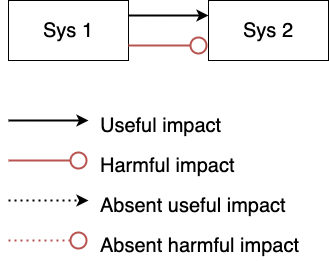
Earlier version of the draw.io export Neurotechnologies_and_TRIZ/IM_notation.png (max-talanov/1). Source tidied: cells renumbered, new cells last; positions are measured from the earlier drawing's top-left corner, leaving out a move shared by most shapes.
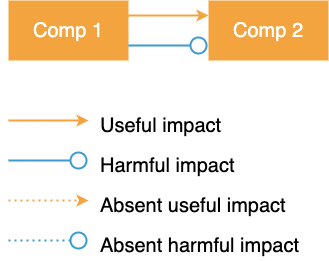
The same diagram one commit later.

Commit message:
TRIZ: corrected IM notation

What changed in the source:
```diff
@@ -2,16 +2,16 @@
   <root>
     <mxCell id="0" />
     <mxCell id="1" parent="0" />
-    <mxCell id="2" style="rounded=0;jettySize=auto;html=1;fontSize=20;exitX=1;exitY=0.25;exitDx=0;exitDy=0;entryX=0;entryY=0.25;entryDx=0;entryDy=0;strokeWidth=2;" parent="1" edge="1" source="3" target="4">
+    <mxCell id="2" style="rounded=0;jettySize=auto;html=1;fontSize=20;exitX=1;exitY=0.25;exitDx=0;exitDy=0;entryX=0;entryY=0.25;entryDx=0;entryDy=0;strokeWidth=2;strokeColor=#F3A43E;" parent="1" edge="1" source="3" target="4">
       <mxGeometry relative="1" as="geometry" />
     </mxCell>
-    <mxCell id="3" value="Sys 1" style="rounded=0;whiteSpace=wrap;html=1;fontSize=20;" parent="1" vertex="1">
+    <mxCell id="3" value="Comp 1" style="rounded=0;whiteSpace=wrap;html=1;fontSize=20;fillColor=#F3A43E;strokeColor=none;fontColor=#FFFFFF;" parent="1" vertex="1">
       <mxGeometry width="120" height="60" as="geometry" />
     </mxCell>
-    <mxCell id="4" value="Sys 2" style="rounded=0;whiteSpace=wrap;html=1;fontSize=20;" parent="1" vertex="1">
+    <mxCell id="4" value="Comp 2" style="rounded=0;whiteSpace=wrap;html=1;fontSize=20;fillColor=#F3A43E;strokeColor=none;fontColor=#FFFFFF;" parent="1" vertex="1">
       <mxGeometry x="200" width="120" height="60" as="geometry" />
     </mxCell>
-    <mxCell id="5" style="rounded=0;orthogonalLoop=1;jettySize=auto;html=1;fontSize=20;strokeWidth=2;" parent="1" edge="1">
+    <mxCell id="5" style="rounded=0;orthogonalLoop=1;jettySize=auto;html=1;fontSize=20;strokeWidth=2;strokeColor=#F3A43E;" parent="1" edge="1">
       <mxGeometry relative="1" as="geometry">
         <mxPoint y="120" as="sourcePoint" />
         <mxPoint x="80" y="120" as="targetPoint" />
@@ -20,7 +20,7 @@
     <mxCell id="6" value="Useful impact" style="text;html=1;strokeColor=none;fillColor=none;align=left;verticalAlign=middle;whiteSpace=wrap;rounded=0;fontSize=20;" parent="1" vertex="1">
       <mxGeometry x="90" y="110" width="130" height="30" as="geometry" />
     </mxCell>
-    <mxCell id="7" style="rounded=0;orthogonalLoop=1;jettySize=auto;html=1;fontSize=20;endArrow=circle;endFill=0;fillColor=#f8cecc;strokeColor=#b85450;strokeWidth=2;" parent="1" edge="1">
+    <mxCell id="7" style="rounded=0;orthogonalLoop=1;jettySize=auto;html=1;fontSize=20;endArrow=circle;endFill=0;fillColor=#f8cecc;strokeColor=#3E9ACF;strokeWidth=2;" parent="1" edge="1">
       <mxGeometry relative="1" as="geometry">
         <mxPoint y="160" as="sourcePoint" />
         <mxPoint x="80" y="160" as="targetPoint" />
@@ -29,10 +29,10 @@
     <mxCell id="8" value="Harmful impact" style="text;html=1;strokeColor=none;fillColor=none;align=left;verticalAlign=middle;whiteSpace=wrap;rounded=0;fontSize=20;" parent="1" vertex="1">
       <mxGeometry x="90" y="150" width="150" height="30" as="geometry" />
     </mxCell>
-    <mxCell id="9" style="rounded=0;jettySize=auto;html=1;fontSize=20;endArrow=circle;endFill=0;fillColor=#f8cecc;strokeColor=#b85450;strokeWidth=2;exitX=1;exitY=0.75;exitDx=0;exitDy=0;entryX=0;entryY=0.75;entryDx=0;entryDy=0;" parent="1" edge="1" source="3" target="4">
+    <mxCell id="9" style="rounded=0;jettySize=auto;html=1;fontSize=20;endArrow=circle;endFill=0;fillColor=#f8cecc;strokeColor=#3E9ACF;strokeWidth=2;exitX=1;exitY=0.75;exitDx=0;exitDy=0;entryX=0;entryY=0.75;entryDx=0;entryDy=0;" parent="1" edge="1" source="3" target="4">
       <mxGeometry relative="1" as="geometry" />
     </mxCell>
-    <mxCell id="10" style="rounded=0;orthogonalLoop=1;jettySize=auto;html=1;fontSize=20;strokeWidth=2;dashed=1;dashPattern=1 2;" parent="1" edge="1">
+    <mxCell id="10" style="rounded=0;orthogonalLoop=1;jettySize=auto;html=1;fontSize=20;strokeWidth=2;dashed=1;dashPattern=1 2;strokeColor=#F3A43E;" parent="1" edge="1">
       <mxGeometry relative="1" as="geometry">
         <mxPoint y="200" as="sourcePoint" />
         <mxPoint x="80" y="200" as="targetPoint" />
@@ -41,7 +41,7 @@
     <mxCell id="11" value="Absent useful impact" style="text;html=1;strokeColor=none;fillColor=none;align=left;verticalAlign=middle;whiteSpace=wrap;rounded=0;fontSize=20;" parent="1" vertex="1">
       <mxGeometry x="90" y="190" width="200" height="30" as="geometry" />
     </mxCell>
-    <mxCell id="12" style="rounded=0;orthogonalLoop=1;jettySize=auto;html=1;fontSize=20;endArrow=circle;endFill=0;fillColor=#f8cecc;strokeColor=#b85450;strokeWidth=2;dashed=1;dashPattern=1 2;" parent="1" edge="1">
+    <mxCell id="12" style="rounded=0;orthogonalLoop=1;jettySize=auto;html=1;fontSize=20;endArrow=circle;endFill=0;fillColor=#f8cecc;strokeColor=#3E9ACF;strokeWidth=2;dashed=1;dashPattern=1 2;" parent="1" edge="1">
       <mxGeometry relative="1" as="geometry">
         <mxPoint y="240" as="sourcePoint" />
         <mxPoint x="80" y="240" as="targetPoint" />
```
